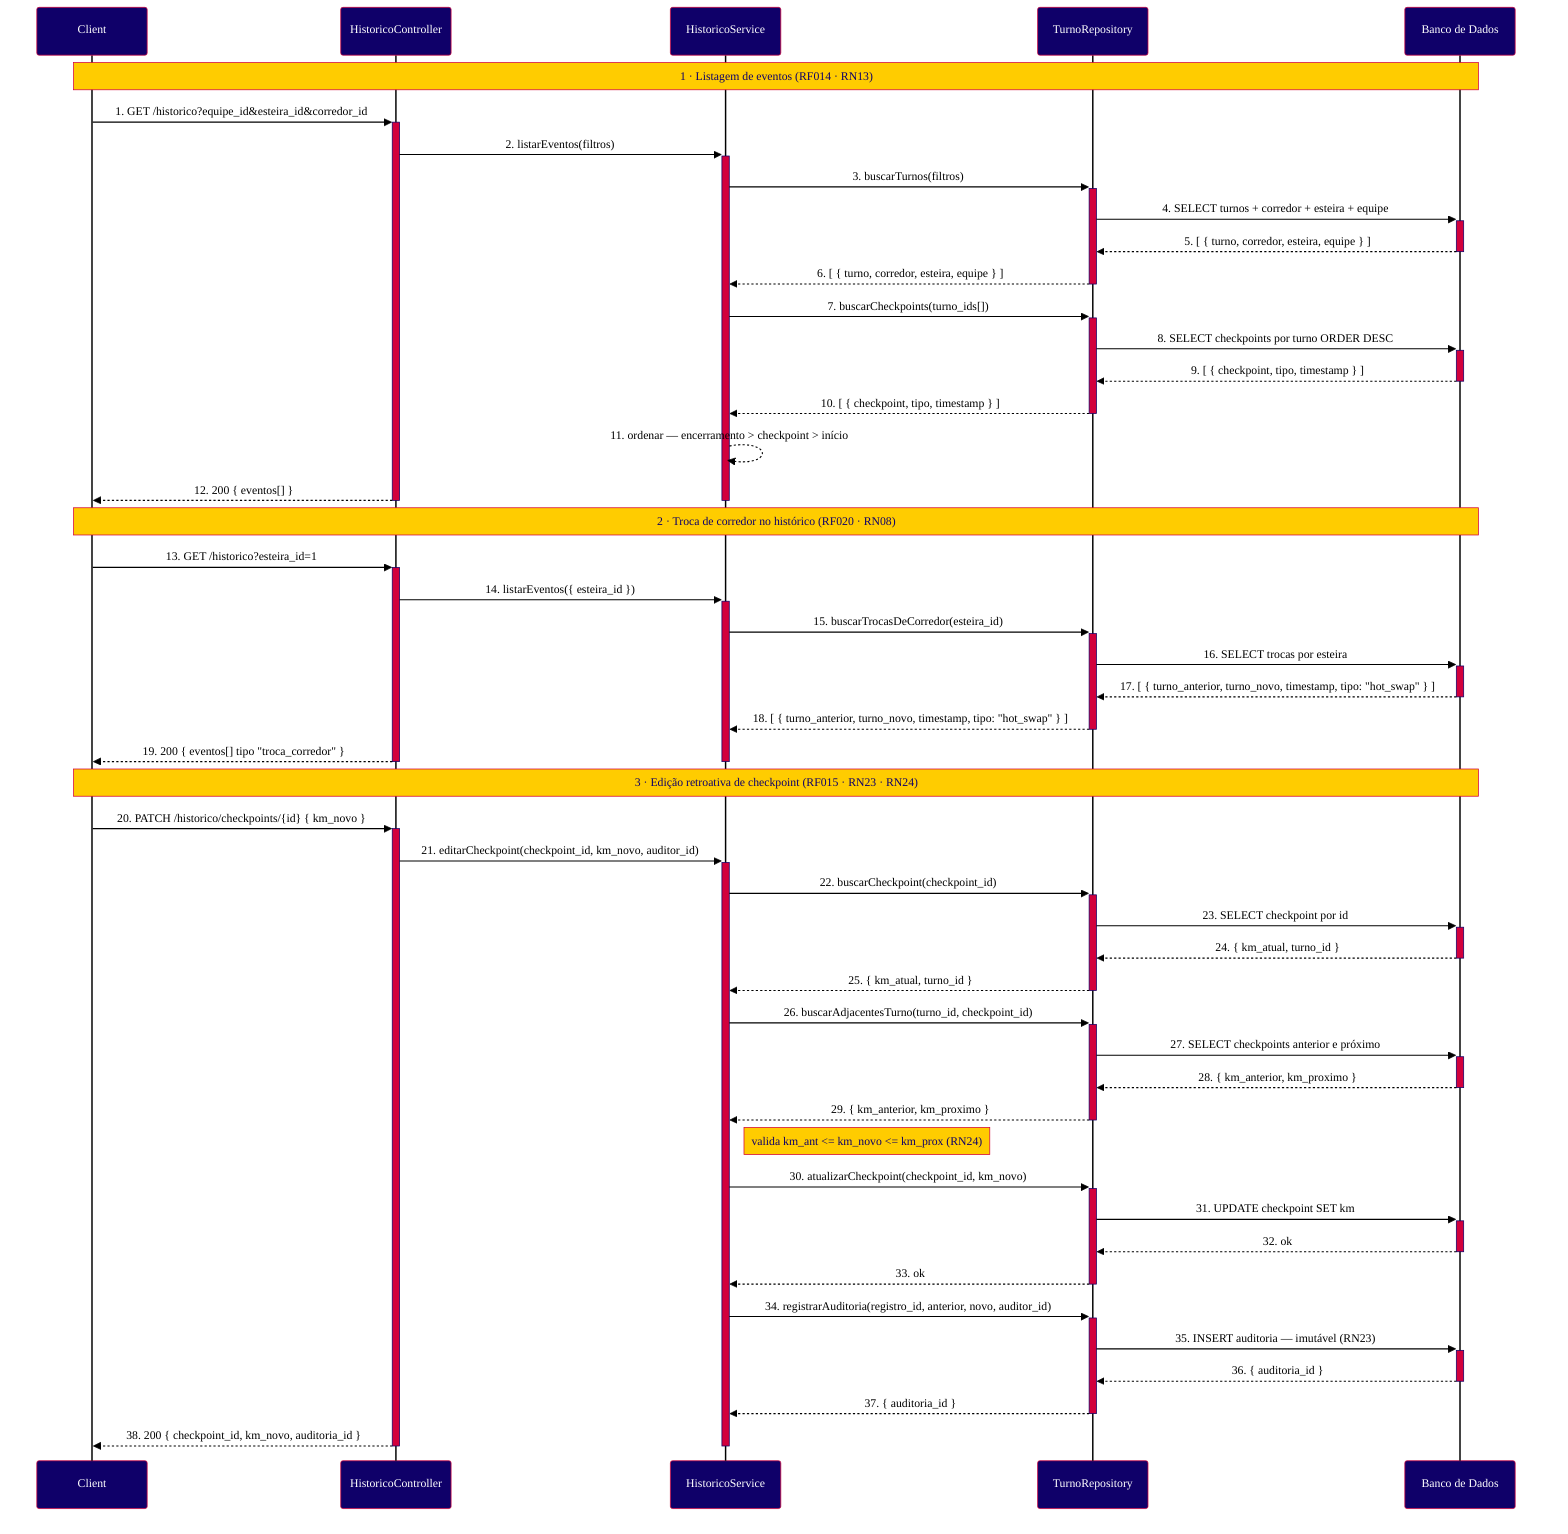
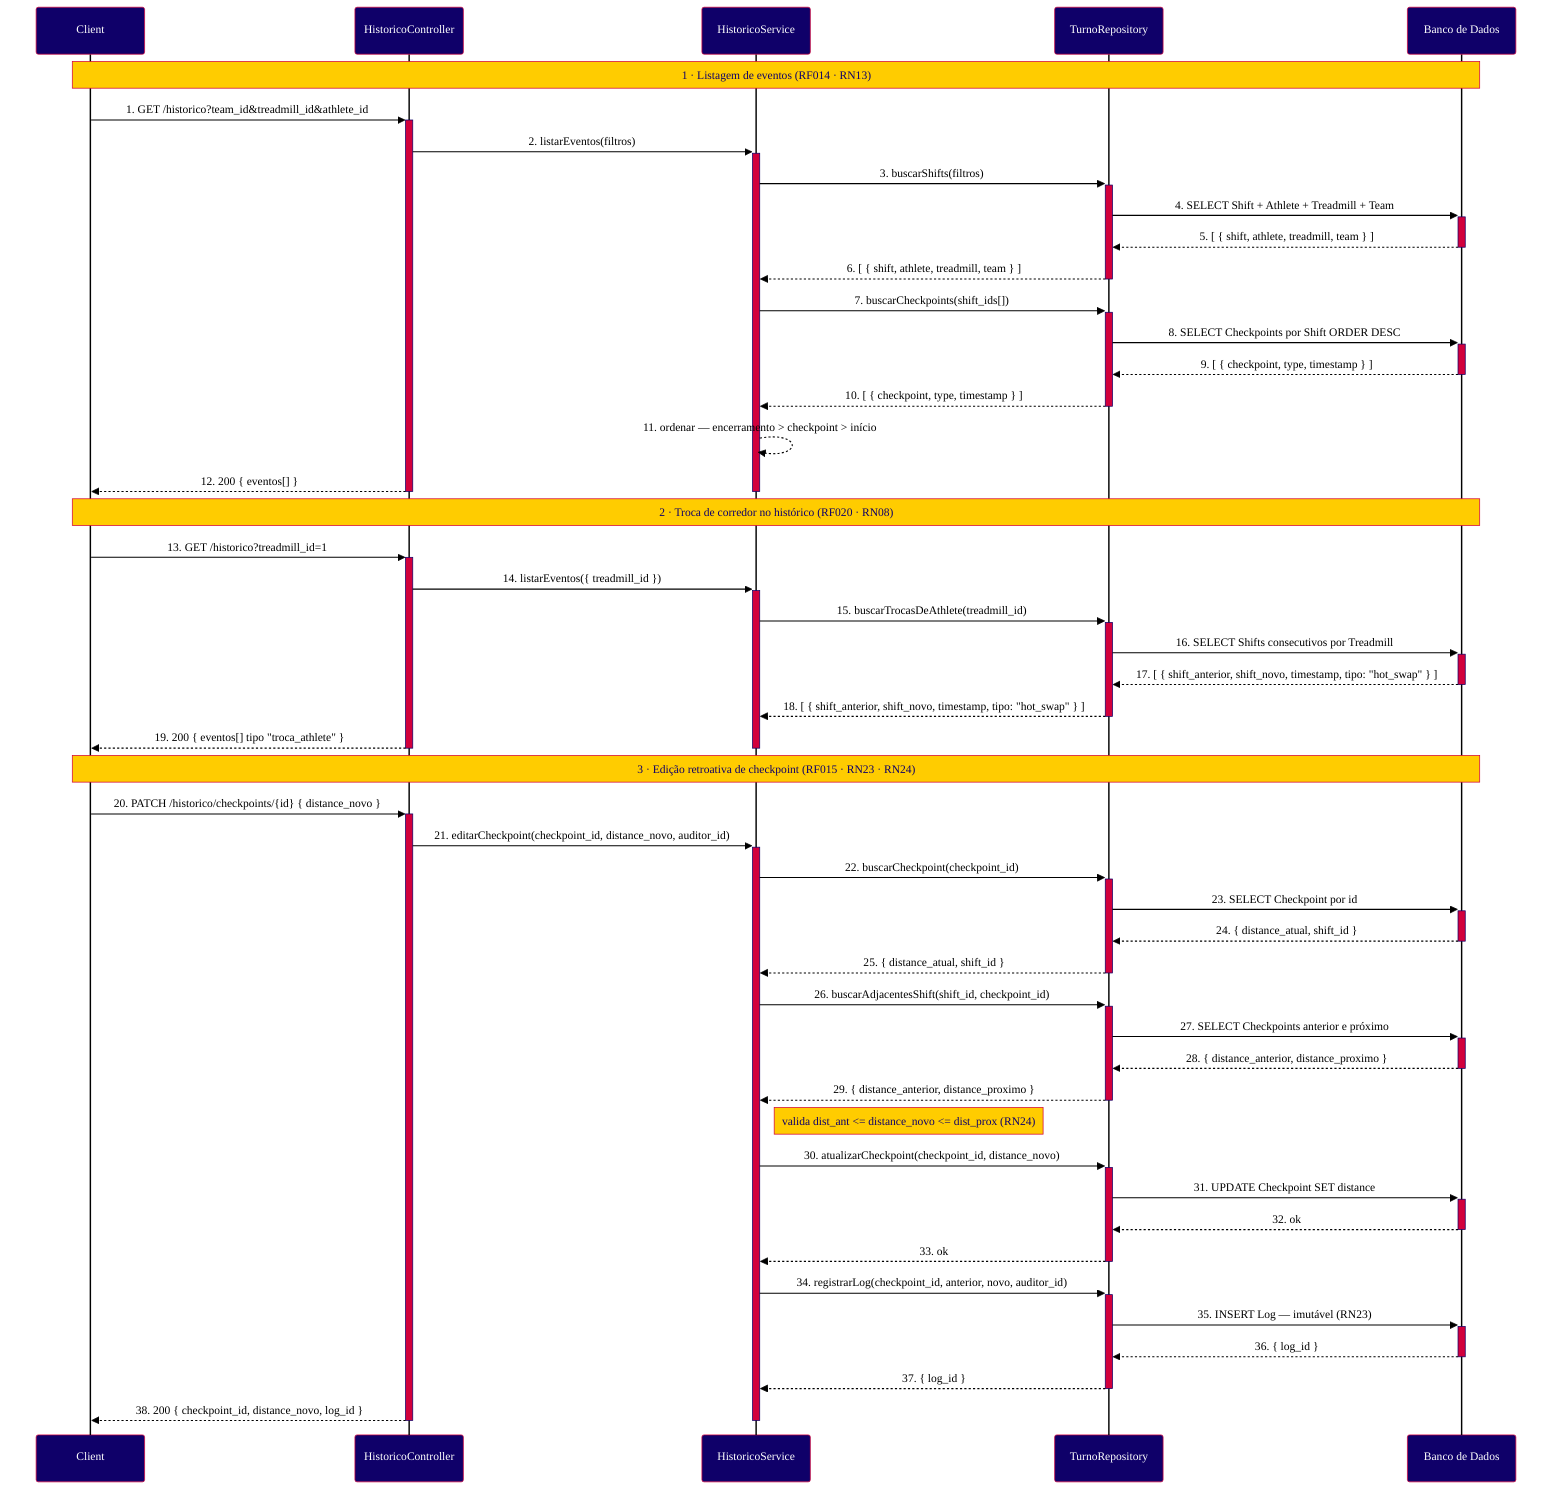

%%{init: {
  "theme": "base",
  "themeVariables": {
    "primaryColor": "#0F0069",
    "primaryTextColor": "#FFFFFF",
    "primaryBorderColor": "#D2003C",
    "secondaryColor": "#D2003C",
    "secondaryTextColor": "#FFFFFF",
    "secondaryBorderColor": "#D2003C",
    "tertiaryColor": "#E8E8F5",
    "tertiaryTextColor": "#0F0069",
    "tertiaryBorderColor": "#0F0069",
    "noteBkgColor": "#FFCC00",
    "noteTextColor": "#0F0069",
    "noteBorderColor": "#D2003C",
    "activationBkgColor": "#D2003C",
    "activationBorderColor": "#0F0069",
    "actorBkg": "#0F0069",
    "actorTextColor": "#FFFFFF",
    "actorBorderColor": "#D2003C",
    "actorLineColor": "#000000",
    "signalColor": "#000000",
    "signalTextColor": "#000000",
    "labelBoxBkgColor": "#E8E8F5",
    "labelBoxBorderColor": "#0F0069",
    "labelTextColor": "#0F0069",
    "loopTextColor": "#0F0069",
    "fontFamily": "Arial, sans-serif",
    "fontSize": "14px",
    "background": "#FFFFFF"
  }
}}%%
sequenceDiagram
    participant C as Client
    participant HC as HistoricoController
    participant HS as HistoricoService
    participant TR as TurnoRepository
    participant BD as Banco de Dados

    Note over C,BD: 1 · Listagem de eventos (RF014 · RN13)

-     C->>+HC: 1. GET /historico?equipe_id&esteira_id&corredor_id
+     C->>+HC: 1. GET /historico?team_id&treadmill_id&athlete_id
    HC->>+HS: 2. listarEventos(filtros)
-     HS->>+TR: 3. buscarTurnos(filtros)
-     TR->>+BD: 4. SELECT turnos + corredor + esteira + equipe
-     BD-->>-TR: 5. [ { turno, corredor, esteira, equipe } ]
-     TR-->>-HS: 6. [ { turno, corredor, esteira, equipe } ]
-     HS->>+TR: 7. buscarCheckpoints(turno_ids[])
-     TR->>+BD: 8. SELECT checkpoints por turno ORDER DESC
-     BD-->>-TR: 9. [ { checkpoint, tipo, timestamp } ]
-     TR-->>-HS: 10. [ { checkpoint, tipo, timestamp } ]
+     HS->>+TR: 3. buscarShifts(filtros)
+     TR->>+BD: 4. SELECT Shift + Athlete + Treadmill + Team
+     BD-->>-TR: 5. [ { shift, athlete, treadmill, team } ]
+     TR-->>-HS: 6. [ { shift, athlete, treadmill, team } ]
+     HS->>+TR: 7. buscarCheckpoints(shift_ids[])
+     TR->>+BD: 8. SELECT Checkpoints por Shift ORDER DESC
+     BD-->>-TR: 9. [ { checkpoint, type, timestamp } ]
+     TR-->>-HS: 10. [ { checkpoint, type, timestamp } ]
    HS-->>HS: 11. ordenar — encerramento > checkpoint > início
    HC-->>-C: 12. 200 { eventos[] }
    deactivate HS

    Note over C,BD: 2 · Troca de corredor no histórico (RF020 · RN08)

-     C->>+HC: 13. GET /historico?esteira_id=1
-     HC->>+HS: 14. listarEventos({ esteira_id })
-     HS->>+TR: 15. buscarTrocasDeCorredor(esteira_id)
-     TR->>+BD: 16. SELECT trocas por esteira
-     BD-->>-TR: 17. [ { turno_anterior, turno_novo, timestamp, tipo: "hot_swap" } ]
-     TR-->>-HS: 18. [ { turno_anterior, turno_novo, timestamp, tipo: "hot_swap" } ]
-     HC-->>-C: 19. 200 { eventos[] tipo "troca_corredor" }
+     C->>+HC: 13. GET /historico?treadmill_id=1
+     HC->>+HS: 14. listarEventos({ treadmill_id })
+     HS->>+TR: 15. buscarTrocasDeAthlete(treadmill_id)
+     TR->>+BD: 16. SELECT Shifts consecutivos por Treadmill
+     BD-->>-TR: 17. [ { shift_anterior, shift_novo, timestamp, tipo: "hot_swap" } ]
+     TR-->>-HS: 18. [ { shift_anterior, shift_novo, timestamp, tipo: "hot_swap" } ]
+     HC-->>-C: 19. 200 { eventos[] tipo "troca_athlete" }
    deactivate HS

    Note over C,BD: 3 · Edição retroativa de checkpoint (RF015 · RN23 · RN24)

-     C->>+HC: 20. PATCH /historico/checkpoints/{id} { km_novo }
-     HC->>+HS: 21. editarCheckpoint(checkpoint_id, km_novo, auditor_id)
+     C->>+HC: 20. PATCH /historico/checkpoints/{id} { distance_novo }
+     HC->>+HS: 21. editarCheckpoint(checkpoint_id, distance_novo, auditor_id)
    HS->>+TR: 22. buscarCheckpoint(checkpoint_id)
-     TR->>+BD: 23. SELECT checkpoint por id
-     BD-->>-TR: 24. { km_atual, turno_id }
-     TR-->>-HS: 25. { km_atual, turno_id }
-     HS->>+TR: 26. buscarAdjacentesTurno(turno_id, checkpoint_id)
-     TR->>+BD: 27. SELECT checkpoints anterior e próximo
-     BD-->>-TR: 28. { km_anterior, km_proximo }
-     TR-->>-HS: 29. { km_anterior, km_proximo }
-     Note right of HS: valida km_ant <= km_novo <= km_prox (RN24)
-     HS->>+TR: 30. atualizarCheckpoint(checkpoint_id, km_novo)
-     TR->>+BD: 31. UPDATE checkpoint SET km
+     TR->>+BD: 23. SELECT Checkpoint por id
+     BD-->>-TR: 24. { distance_atual, shift_id }
+     TR-->>-HS: 25. { distance_atual, shift_id }
+     HS->>+TR: 26. buscarAdjacentesShift(shift_id, checkpoint_id)
+     TR->>+BD: 27. SELECT Checkpoints anterior e próximo
+     BD-->>-TR: 28. { distance_anterior, distance_proximo }
+     TR-->>-HS: 29. { distance_anterior, distance_proximo }
+     Note right of HS: valida dist_ant <= distance_novo <= dist_prox (RN24)
+     HS->>+TR: 30. atualizarCheckpoint(checkpoint_id, distance_novo)
+     TR->>+BD: 31. UPDATE Checkpoint SET distance
    BD-->>-TR: 32. ok
    TR-->>-HS: 33. ok
-     HS->>+TR: 34. registrarAuditoria(registro_id, anterior, novo, auditor_id)
-     TR->>+BD: 35. INSERT auditoria — imutável (RN23)
-     BD-->>-TR: 36. { auditoria_id }
-     TR-->>-HS: 37. { auditoria_id }
-     HC-->>-C: 38. 200 { checkpoint_id, km_novo, auditoria_id }
+     HS->>+TR: 34. registrarLog(checkpoint_id, anterior, novo, auditor_id)
+     TR->>+BD: 35. INSERT Log — imutável (RN23)
+     BD-->>-TR: 36. { log_id }
+     TR-->>-HS: 37. { log_id }
+     HC-->>-C: 38. 200 { checkpoint_id, distance_novo, log_id }
    deactivate HS
